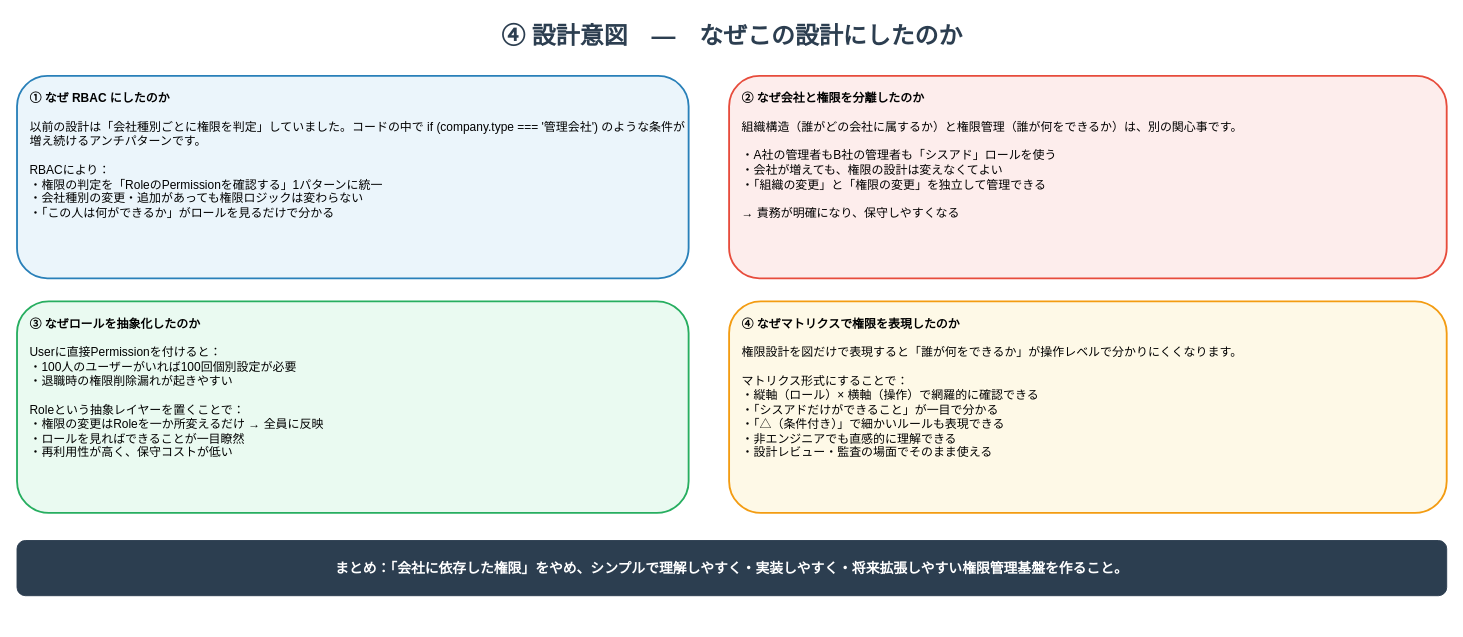
Earlier version of the draw.io diagram page "④設計意図" (4 of 5) of docs/splicer_org_permission_diagram.drawio (k-smz-win/splicer). Source tidied: cells renumbered, new cells numbered last; positions are measured from the earlier drawing's top-left corner, leaving out a move shared by most shapes. Both pictures are drawn from the tidied source at 92%, with x=0, y=0 at pixel (17, 16).
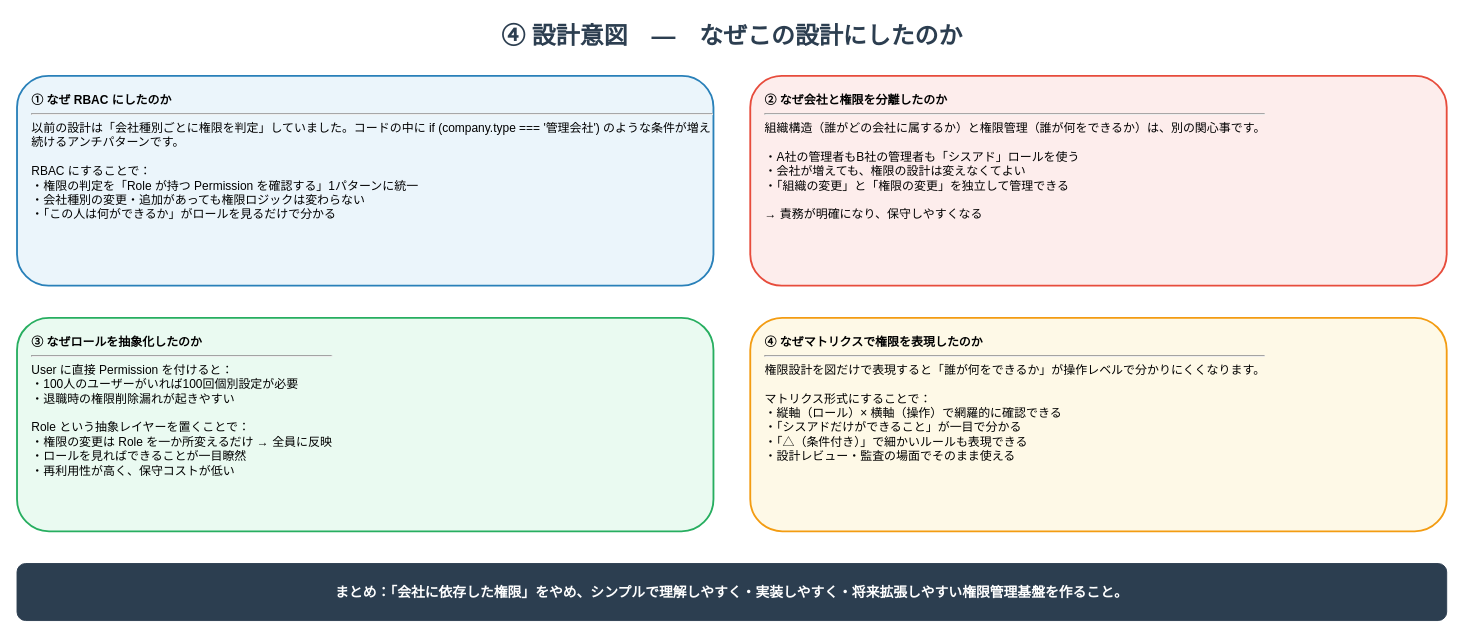
The same page after the edit.

The edit, as a diff of the source:
```diff
@@
 <mxGraphModel>
   <root>
     <mxCell id="0" />
     <mxCell id="1" parent="0" />
     <mxCell id="2" value="④ 設計意図　―　なぜこの設計にしたのか" style="text;html=1;strokeColor=none;fillColor=none;align=center;fontSize=26;fontStyle=1;fontColor=#2C3E50;" parent="1" vertex="1">
       <mxGeometry width="1554" height="50" as="geometry" />
     </mxCell>
-    <mxCell id="3" value="&lt;b&gt;① なぜ RBAC にしたのか&lt;/b&gt;&lt;br/&gt;&lt;br/&gt;以前の設計は「会社種別ごとに権限を判定」していました。コードの中で if (company.type === '管理会社') のような条件が増え続けるアンチパターンです。&lt;br/&gt;&lt;br/&gt;RBACにより：&lt;br/&gt;・権限の判定を「RoleのPermissionを確認する」1パターンに統一&lt;br/&gt;・会社種別の変更・追加があっても権限ロジックは変わらない&lt;br/&gt;・「この人は何ができるか」がロールを見るだけで分かる" style="rounded=1;whiteSpace=wrap;html=1;fillColor=#EBF5FB;strokeColor=#2980B9;strokeWidth=2;fontSize=13;align=left;verticalAlign=top;spacingLeft=12;spacingTop=10;" parent="1" vertex="1">
-      <mxGeometry y="65" width="730" height="220" as="geometry" />
+    <mxCell id="3" value="&lt;b&gt;① なぜ RBAC にしたのか&lt;/b&gt;&lt;br/&gt;&lt;hr/&gt;以前の設計は「会社種別ごとに権限を判定」していました。コードの中に if (company.type === '管理会社') のような条件が増え続けるアンチパターンです。&lt;br/&gt;&lt;br/&gt;RBAC にすることで：&lt;br/&gt;・権限の判定を「Role が持つ Permission を確認する」1パターンに統一&lt;br/&gt;・会社種別の変更・追加があっても権限ロジックは変わらない&lt;br/&gt;・「この人は何ができるか」がロールを見るだけで分かる" style="rounded=1;whiteSpace=wrap;html=1;fillColor=#EBF5FB;strokeColor=#2980B9;strokeWidth=2;fontSize=13;align=left;verticalAlign=top;spacingLeft=14;spacingTop=12;" parent="1" vertex="1">
+      <mxGeometry y="65" width="757" height="228" as="geometry" />
     </mxCell>
-    <mxCell id="4" value="&lt;b&gt;② なぜ会社と権限を分離したのか&lt;/b&gt;&lt;br/&gt;&lt;br/&gt;組織構造（誰がどの会社に属するか）と権限管理（誰が何をできるか）は、別の関心事です。&lt;br/&gt;&lt;br/&gt;・A社の管理者もB社の管理者も「シスアド」ロールを使う&lt;br/&gt;・会社が増えても、権限の設計は変えなくてよい&lt;br/&gt;・「組織の変更」と「権限の変更」を独立して管理できる&lt;br/&gt;&lt;br/&gt;→ 責務が明確になり、保守しやすくなる" style="rounded=1;whiteSpace=wrap;html=1;fillColor=#FDEDEC;strokeColor=#E74C3C;strokeWidth=2;fontSize=13;align=left;verticalAlign=top;spacingLeft=12;spacingTop=10;" parent="1" vertex="1">
-      <mxGeometry x="774" y="65" width="780" height="220" as="geometry" />
+    <mxCell id="4" value="&lt;b&gt;② なぜ会社と権限を分離したのか&lt;/b&gt;&lt;br/&gt;&lt;hr/&gt;組織構造（誰がどの会社に属するか）と権限管理（誰が何をできるか）は、別の関心事です。&lt;br/&gt;&lt;br/&gt;・A社の管理者もB社の管理者も「シスアド」ロールを使う&lt;br/&gt;・会社が増えても、権限の設計は変えなくてよい&lt;br/&gt;・「組織の変更」と「権限の変更」を独立して管理できる&lt;br/&gt;&lt;br/&gt;→ 責務が明確になり、保守しやすくなる" style="rounded=1;whiteSpace=wrap;html=1;fillColor=#FDEDEC;strokeColor=#E74C3C;strokeWidth=2;fontSize=13;align=left;verticalAlign=top;spacingLeft=14;spacingTop=12;" parent="1" vertex="1">
+      <mxGeometry x="797" y="65" width="757" height="228" as="geometry" />
     </mxCell>
-    <mxCell id="5" value="&lt;b&gt;③ なぜロールを抽象化したのか&lt;/b&gt;&lt;br/&gt;&lt;br/&gt;Userに直接Permissionを付けると：&lt;br/&gt;・100人のユーザーがいれば100回個別設定が必要&lt;br/&gt;・退職時の権限削除漏れが起きやすい&lt;br/&gt;&lt;br/&gt;Roleという抽象レイヤーを置くことで：&lt;br/&gt;・権限の変更はRoleを一か所変えるだけ → 全員に反映&lt;br/&gt;・ロールを見ればできることが一目瞭然&lt;br/&gt;・再利用性が高く、保守コストが低い" style="rounded=1;whiteSpace=wrap;html=1;fillColor=#EAFAF1;strokeColor=#27AE60;strokeWidth=2;fontSize=13;align=left;verticalAlign=top;spacingLeft=12;spacingTop=10;" parent="1" vertex="1">
-      <mxGeometry y="310" width="730" height="230" as="geometry" />
+    <mxCell id="5" value="&lt;b&gt;③ なぜロールを抽象化したのか&lt;/b&gt;&lt;br/&gt;&lt;hr/&gt;User に直接 Permission を付けると：&lt;br/&gt;・100人のユーザーがいれば100回個別設定が必要&lt;br/&gt;・退職時の権限削除漏れが起きやすい&lt;br/&gt;&lt;br/&gt;Role という抽象レイヤーを置くことで：&lt;br/&gt;・権限の変更は Role を一か所変えるだけ → 全員に反映&lt;br/&gt;・ロールを見ればできることが一目瞭然&lt;br/&gt;・再利用性が高く、保守コストが低い" style="rounded=1;whiteSpace=wrap;html=1;fillColor=#EAFAF1;strokeColor=#27AE60;strokeWidth=2;fontSize=13;align=left;verticalAlign=top;spacingLeft=14;spacingTop=12;" parent="1" vertex="1">
+      <mxGeometry y="328" width="757" height="232" as="geometry" />
     </mxCell>
-    <mxCell id="6" value="&lt;b&gt;④ なぜマトリクスで権限を表現したのか&lt;/b&gt;&lt;br/&gt;&lt;br/&gt;権限設計を図だけで表現すると「誰が何をできるか」が操作レベルで分かりにくくなります。&lt;br/&gt;&lt;br/&gt;マトリクス形式にすることで：&lt;br/&gt;・縦軸（ロール）× 横軸（操作）で網羅的に確認できる&lt;br/&gt;・「シスアドだけができること」が一目で分かる&lt;br/&gt;・「△（条件付き）」で細かいルールも表現できる&lt;br/&gt;・非エンジニアでも直感的に理解できる&lt;br/&gt;・設計レビュー・監査の場面でそのまま使える" style="rounded=1;whiteSpace=wrap;html=1;fillColor=#FEF9E7;strokeColor=#F39C12;strokeWidth=2;fontSize=13;align=left;verticalAlign=top;spacingLeft=12;spacingTop=10;" parent="1" vertex="1">
-      <mxGeometry x="774" y="310" width="780" height="230" as="geometry" />
+    <mxCell id="6" value="&lt;b&gt;④ なぜマトリクスで権限を表現したのか&lt;/b&gt;&lt;br/&gt;&lt;hr/&gt;権限設計を図だけで表現すると「誰が何をできるか」が操作レベルで分かりにくくなります。&lt;br/&gt;&lt;br/&gt;マトリクス形式にすることで：&lt;br/&gt;・縦軸（ロール）× 横軸（操作）で網羅的に確認できる&lt;br/&gt;・「シスアドだけができること」が一目で分かる&lt;br/&gt;・「△（条件付き）」で細かいルールも表現できる&lt;br/&gt;・設計レビュー・監査の場面でそのまま使える" style="rounded=1;whiteSpace=wrap;html=1;fillColor=#FEF9E7;strokeColor=#F39C12;strokeWidth=2;fontSize=13;align=left;verticalAlign=top;spacingLeft=14;spacingTop=12;" parent="1" vertex="1">
+      <mxGeometry x="797" y="328" width="757" height="232" as="geometry" />
     </mxCell>
     <mxCell id="7" value="まとめ：「会社に依存した権限」をやめ、シンプルで理解しやすく・実装しやすく・将来拡張しやすい権限管理基盤を作ること。" style="rounded=1;whiteSpace=wrap;html=1;fillColor=#2C3E50;strokeColor=#2C3E50;fontColor=#FFFFFF;fontSize=15;align=center;verticalAlign=middle;fontStyle=1;" parent="1" vertex="1">
-      <mxGeometry y="570" width="1554" height="60" as="geometry" />
+      <mxGeometry y="595" width="1554" height="62" as="geometry" />
     </mxCell>
   </root>
 </mxGraphModel>
```
